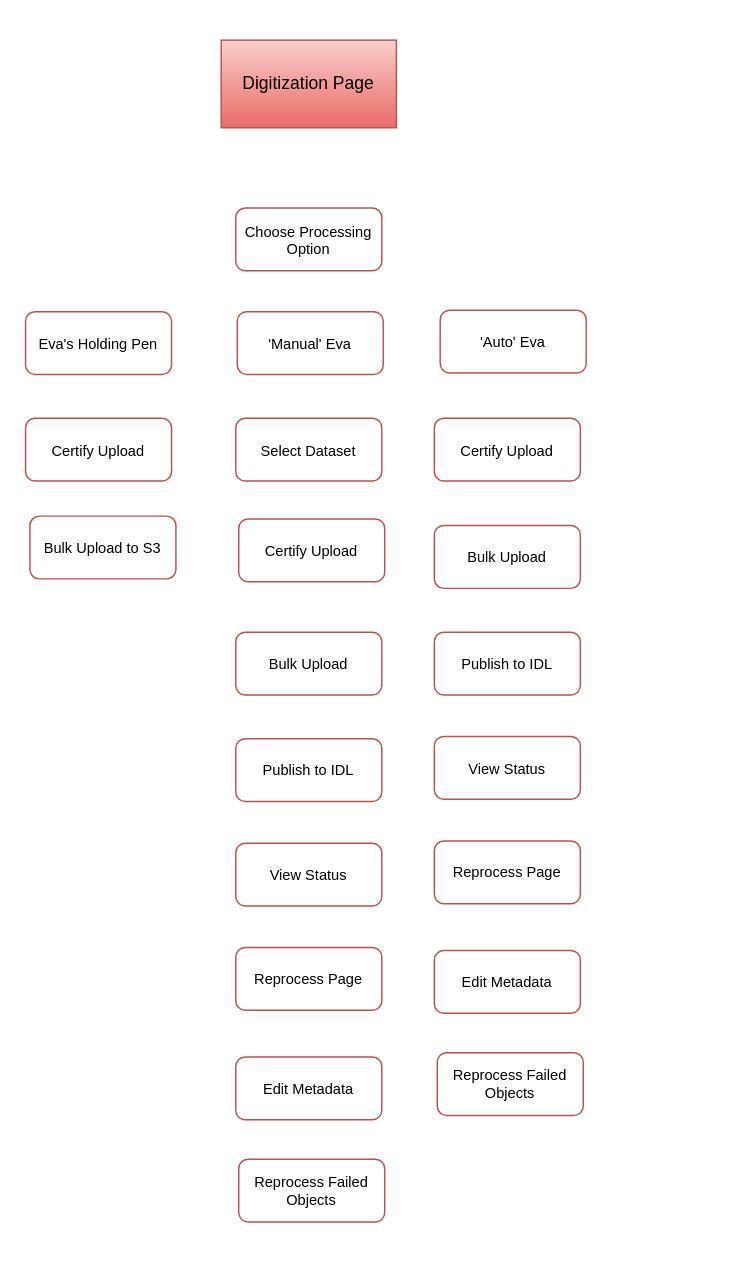
Earlier version of the draw.io diagram page "Page flow" (2 of 5) of Drawings/Eva/Digitization/Eva Digitization.drawio (flare891/rmslow). Source tidied: cells renumbered, new cells numbered last; positions are measured from the earlier drawing's top-left corner, leaving out a move shared by most shapes. Both pictures are drawn from the tidied source at 146%, with x=0, y=0 at pixel (25, 39).
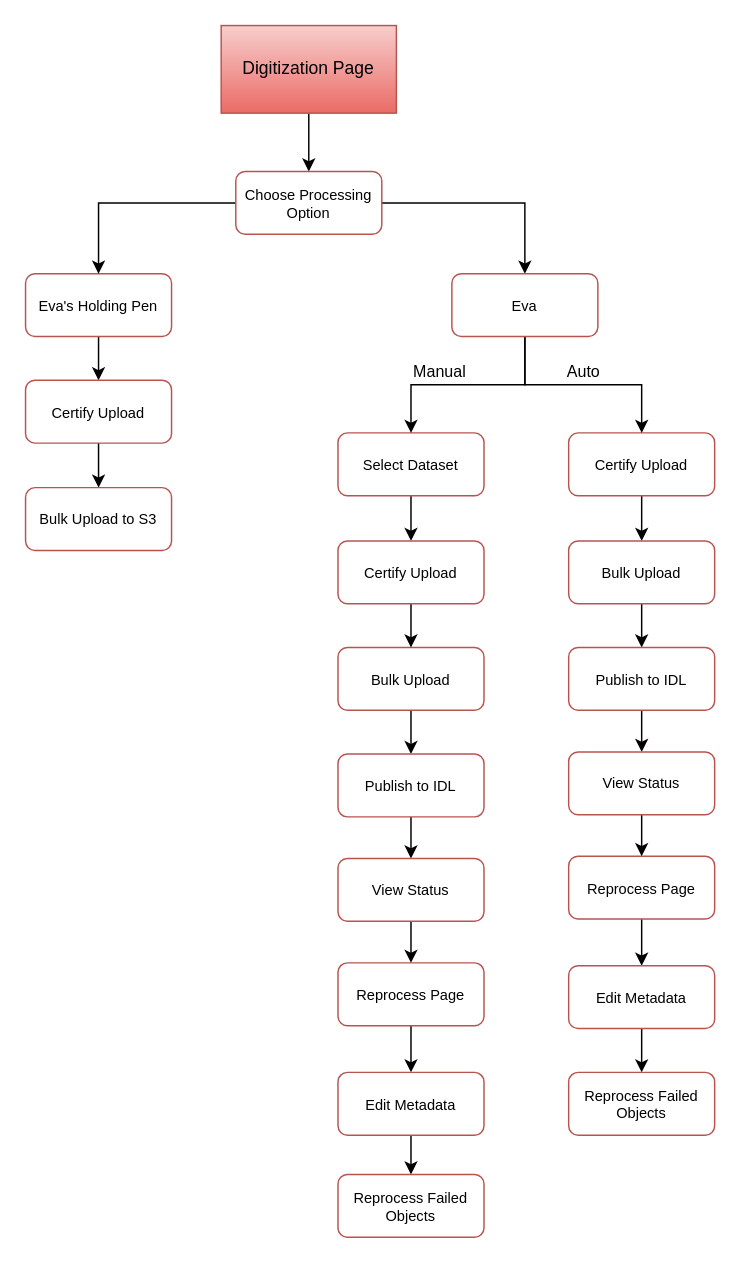
The same page after the edit.

What changed in the source:
```diff
@@
-    <mxCell id="2" value="'Manual' Eva" style="rounded=1;whiteSpace=wrap;html=1;strokeColor=#b85450;fontSize=10;fillColor=#FFFFFF;" parent="1" vertex="1">
-      <mxGeometry x="145" y="186" width="100" height="43" as="geometry" />
-    </mxCell>
+    <mxCell id="24" style="edgeStyle=orthogonalEdgeStyle;rounded=0;jettySize=auto;html=1;" parent="1" edge="1" source="3" target="4">
+      <mxGeometry relative="1" as="geometry" />
+    </mxCell>
     <mxCell id="3" value="Bulk Upload" style="rounded=1;whiteSpace=wrap;html=1;strokeColor=#b85450;fontSize=10;fillColor=#FFFFFF;" parent="1" vertex="1">
-      <mxGeometry x="144" y="405.5" width="100" height="43" as="geometry" />
+      <mxGeometry x="214" y="416" width="100" height="43" as="geometry" />
     </mxCell>
+    <mxCell id="25" style="edgeStyle=orthogonalEdgeStyle;rounded=0;jettySize=auto;html=1;entryX=0.5;entryY=0;entryDx=0;entryDy=0;" parent="1" edge="1" source="4" target="7">
+      <mxGeometry relative="1" as="geometry" />
+    </mxCell>
     <mxCell id="4" value="Publish to IDL" style="rounded=1;whiteSpace=wrap;html=1;strokeColor=#b85450;fontSize=10;fillColor=#FFFFFF;" parent="1" vertex="1">
-      <mxGeometry x="144" y="478.5" width="100" height="43" as="geometry" />
+      <mxGeometry x="214" y="489" width="100" height="43" as="geometry" />
     </mxCell>
+    <mxCell id="26" style="edgeStyle=orthogonalEdgeStyle;rounded=0;jettySize=auto;html=1;" parent="1" edge="1" source="5" target="9">
+      <mxGeometry relative="1" as="geometry" />
+    </mxCell>
     <mxCell id="5" value="Reprocess Page" style="rounded=1;whiteSpace=wrap;html=1;strokeColor=#b85450;fontSize=10;fillColor=#FFFFFF;" parent="1" vertex="1">
-      <mxGeometry x="144" y="621.5" width="100" height="43" as="geometry" />
+      <mxGeometry x="214" y="632" width="100" height="43" as="geometry" />
     </mxCell>
+    <mxCell id="27" style="edgeStyle=orthogonalEdgeStyle;rounded=0;jettySize=auto;html=1;exitX=0.5;exitY=1;exitDx=0;exitDy=0;entryX=0.5;entryY=0;entryDx=0;entryDy=0;" parent="1" edge="1" source="6" target="11">
+      <mxGeometry relative="1" as="geometry" />
+    </mxCell>
     <mxCell id="6" value="Digitization Page" style="rounded=0;whiteSpace=wrap;html=1;strokeColor=#b85450;gradientColor=#ea6b66;fillColor=#f8cecc;" parent="1" vertex="1">
-      <mxGeometry x="134" width="120" height="60" as="geometry" />
+      <mxGeometry x="134" y="-10" width="120" height="60" as="geometry" />
     </mxCell>
+    <mxCell id="28" style="edgeStyle=orthogonalEdgeStyle;rounded=0;jettySize=auto;html=1;" parent="1" edge="1" source="7" target="5">
+      <mxGeometry relative="1" as="geometry" />
+    </mxCell>
     <mxCell id="7" value="View Status" style="rounded=1;whiteSpace=wrap;html=1;strokeColor=#b85450;fontSize=10;fillColor=#FFFFFF;" parent="1" vertex="1">
-      <mxGeometry x="144" y="550" width="100" height="43" as="geometry" />
+      <mxGeometry x="214" y="560.5" width="100" height="43" as="geometry" />
     </mxCell>
+    <mxCell id="29" style="edgeStyle=orthogonalEdgeStyle;rounded=0;jettySize=auto;html=1;" parent="1" edge="1" source="8" target="20">
+      <mxGeometry relative="1" as="geometry" />
+    </mxCell>
     <mxCell id="8" value="Eva's Holding Pen" style="rounded=1;whiteSpace=wrap;html=1;strokeColor=#b85450;fontSize=10;fillColor=#FFFFFF;" parent="1" vertex="1">
-      <mxGeometry y="186" width="100" height="43" as="geometry" />
+      <mxGeometry y="160" width="100" height="43" as="geometry" />
     </mxCell>
+    <mxCell id="30" style="edgeStyle=orthogonalEdgeStyle;rounded=0;jettySize=auto;html=1;entryX=0.5;entryY=0;entryDx=0;entryDy=0;" parent="1" edge="1" source="9" target="10">
+      <mxGeometry relative="1" as="geometry" />
+    </mxCell>
     <mxCell id="9" value="Edit Metadata" style="rounded=1;whiteSpace=wrap;html=1;strokeColor=#b85450;fontSize=10;fillColor=#FFFFFF;" parent="1" vertex="1">
-      <mxGeometry x="144" y="696.5" width="100" height="43" as="geometry" />
+      <mxGeometry x="214" y="707" width="100" height="43" as="geometry" />
     </mxCell>
     <mxCell id="10" value="Reprocess Failed Objects" style="rounded=1;whiteSpace=wrap;html=1;strokeColor=#b85450;fontSize=10;fillColor=#FFFFFF;" parent="1" vertex="1">
-      <mxGeometry x="146" y="766.5" width="100" height="43" as="geometry" />
+      <mxGeometry x="214" y="777" width="100" height="43" as="geometry" />
     </mxCell>
+    <mxCell id="31" style="edgeStyle=orthogonalEdgeStyle;rounded=0;jettySize=auto;html=1;" parent="1" edge="1" source="11" target="8">
+      <mxGeometry relative="1" as="geometry" />
+    </mxCell>
+    <mxCell id="32" style="edgeStyle=orthogonalEdgeStyle;rounded=0;jettySize=auto;html=1;" parent="1" edge="1" source="11" target="44">
+      <mxGeometry relative="1" as="geometry" />
+    </mxCell>
     <mxCell id="11" value="Choose Processing Option" style="rounded=1;whiteSpace=wrap;html=1;strokeColor=#b85450;fontSize=10;fillColor=#FFFFFF;" parent="1" vertex="1">
-      <mxGeometry x="144" y="115" width="100" height="43" as="geometry" />
+      <mxGeometry x="144" y="90" width="100" height="43" as="geometry" />
     </mxCell>
+    <mxCell id="33" style="edgeStyle=orthogonalEdgeStyle;rounded=0;jettySize=auto;html=1;exitX=0.5;exitY=1;exitDx=0;exitDy=0;entryX=0.5;entryY=0;entryDx=0;entryDy=0;" parent="1" edge="1" source="12" target="14">
+      <mxGeometry relative="1" as="geometry" />
+    </mxCell>
-    <mxCell id="12" value="'Auto' Eva" style="rounded=1;whiteSpace=wrap;html=1;strokeColor=#b85450;fontSize=10;fillColor=#FFFFFF;" parent="1" vertex="1">
-      <mxGeometry x="284" y="185" width="100" height="43" as="geometry" />
+    <mxCell id="12" value="Certify Upload" style="rounded=1;whiteSpace=wrap;html=1;strokeColor=#b85450;fontSize=10;fillColor=#FFFFFF;" parent="1" vertex="1">
+      <mxGeometry x="372" y="269" width="100" height="43" as="geometry" />
     </mxCell>
+    <mxCell id="34" style="edgeStyle=orthogonalEdgeStyle;rounded=0;jettySize=auto;html=1;entryX=0.5;entryY=0;entryDx=0;entryDy=0;" parent="1" edge="1" source="13" target="21">
+      <mxGeometry relative="1" as="geometry" />
+    </mxCell>
     <mxCell id="13" value="Select Dataset" style="rounded=1;whiteSpace=wrap;html=1;strokeColor=#b85450;fontSize=10;fillColor=#FFFFFF;" parent="1" vertex="1">
-      <mxGeometry x="144" y="259" width="100" height="43" as="geometry" />
+      <mxGeometry x="214" y="269" width="100" height="43" as="geometry" />
     </mxCell>
+    <mxCell id="35" style="edgeStyle=orthogonalEdgeStyle;rounded=0;jettySize=auto;html=1;exitX=0.5;exitY=1;exitDx=0;exitDy=0;" parent="1" edge="1" source="14" target="15">
+      <mxGeometry relative="1" as="geometry" />
+    </mxCell>
     <mxCell id="14" value="Bulk Upload" style="rounded=1;whiteSpace=wrap;html=1;strokeColor=#b85450;fontSize=10;fillColor=#FFFFFF;" parent="1" vertex="1">
-      <mxGeometry x="280" y="332.5" width="100" height="43" as="geometry" />
+      <mxGeometry x="372" y="343" width="100" height="43" as="geometry" />
     </mxCell>
+    <mxCell id="36" style="edgeStyle=orthogonalEdgeStyle;rounded=0;jettySize=auto;html=1;" parent="1" edge="1" source="15" target="17">
+      <mxGeometry relative="1" as="geometry" />
+    </mxCell>
     <mxCell id="15" value="Publish to IDL" style="rounded=1;whiteSpace=wrap;html=1;strokeColor=#b85450;fontSize=10;fillColor=#FFFFFF;" parent="1" vertex="1">
-      <mxGeometry x="280" y="405.5" width="100" height="43" as="geometry" />
+      <mxGeometry x="372" y="416" width="100" height="43" as="geometry" />
     </mxCell>
+    <mxCell id="37" style="edgeStyle=orthogonalEdgeStyle;rounded=0;jettySize=auto;html=1;exitX=0.5;exitY=1;exitDx=0;exitDy=0;entryX=0.5;entryY=0;entryDx=0;entryDy=0;" parent="1" edge="1" source="16" target="18">
+      <mxGeometry relative="1" as="geometry" />
+    </mxCell>
     <mxCell id="16" value="Reprocess Page" style="rounded=1;whiteSpace=wrap;html=1;strokeColor=#b85450;fontSize=10;fillColor=#FFFFFF;" parent="1" vertex="1">
-      <mxGeometry x="280" y="548.5" width="100" height="43" as="geometry" />
+      <mxGeometry x="372" y="559" width="100" height="43" as="geometry" />
     </mxCell>
+    <mxCell id="38" style="edgeStyle=orthogonalEdgeStyle;rounded=0;jettySize=auto;html=1;exitX=0.5;exitY=1;exitDx=0;exitDy=0;entryX=0.5;entryY=0;entryDx=0;entryDy=0;" parent="1" edge="1" source="17" target="16">
+      <mxGeometry relative="1" as="geometry" />
+    </mxCell>
     <mxCell id="17" value="View Status" style="rounded=1;whiteSpace=wrap;html=1;strokeColor=#b85450;fontSize=10;fillColor=#FFFFFF;" parent="1" vertex="1">
-      <mxGeometry x="280" y="477" width="100" height="43" as="geometry" />
+      <mxGeometry x="372" y="487.5" width="100" height="43" as="geometry" />
     </mxCell>
+    <mxCell id="39" style="edgeStyle=orthogonalEdgeStyle;rounded=0;jettySize=auto;html=1;exitX=0.5;exitY=1;exitDx=0;exitDy=0;" parent="1" edge="1" source="18" target="19">
+      <mxGeometry relative="1" as="geometry" />
+    </mxCell>
     <mxCell id="18" value="Edit Metadata" style="rounded=1;whiteSpace=wrap;html=1;strokeColor=#b85450;fontSize=10;fillColor=#FFFFFF;" parent="1" vertex="1">
-      <mxGeometry x="280" y="623.5" width="100" height="43" as="geometry" />
+      <mxGeometry x="372" y="634" width="100" height="43" as="geometry" />
     </mxCell>
     <mxCell id="19" value="Reprocess Failed Objects" style="rounded=1;whiteSpace=wrap;html=1;strokeColor=#b85450;fontSize=10;fillColor=#FFFFFF;" parent="1" vertex="1">
-      <mxGeometry x="282" y="693.5" width="100" height="43" as="geometry" />
+      <mxGeometry x="372" y="707" width="100" height="43" as="geometry" />
     </mxCell>
+    <mxCell id="40" style="edgeStyle=orthogonalEdgeStyle;rounded=0;jettySize=auto;html=1;" parent="1" edge="1" source="20" target="23">
+      <mxGeometry relative="1" as="geometry" />
+    </mxCell>
     <mxCell id="20" value="Certify Upload" style="rounded=1;whiteSpace=wrap;html=1;strokeColor=#b85450;fontSize=10;fillColor=#FFFFFF;" parent="1" vertex="1">
-      <mxGeometry y="259" width="100" height="43" as="geometry" />
+      <mxGeometry y="233" width="100" height="43" as="geometry" />
     </mxCell>
+    <mxCell id="41" style="edgeStyle=orthogonalEdgeStyle;rounded=0;jettySize=auto;html=1;entryX=0.5;entryY=0;entryDx=0;entryDy=0;" parent="1" edge="1" source="21" target="3">
+      <mxGeometry relative="1" as="geometry" />
+    </mxCell>
     <mxCell id="21" value="Certify Upload" style="rounded=1;whiteSpace=wrap;html=1;strokeColor=#b85450;fontSize=10;fillColor=#FFFFFF;" parent="1" vertex="1">
-      <mxGeometry x="146" y="328" width="100" height="43" as="geometry" />
+      <mxGeometry x="214" y="343" width="100" height="43" as="geometry" />
     </mxCell>
-    <mxCell id="22" value="Certify Upload" style="rounded=1;whiteSpace=wrap;html=1;strokeColor=#b85450;fontSize=10;fillColor=#FFFFFF;" parent="1" vertex="1">
-      <mxGeometry x="280" y="259" width="100" height="43" as="geometry" />
-    </mxCell>
     <mxCell id="23" value="Bulk Upload to S3" style="rounded=1;whiteSpace=wrap;html=1;strokeColor=#b85450;fontSize=10;fillColor=#FFFFFF;" parent="1" vertex="1">
-      <mxGeometry x="3" y="326" width="100" height="43" as="geometry" />
+      <mxGeometry y="306.5" width="100" height="43" as="geometry" />
     </mxCell>
+    <mxCell id="42" value="Manual" style="edgeStyle=orthogonalEdgeStyle;rounded=0;jettySize=auto;html=1;verticalAlign=bottom;horizontal=1;labelPosition=left;verticalLabelPosition=top;align=right;" parent="1" edge="1" source="44" target="13">
+      <mxGeometry relative="1" as="geometry" />
+    </mxCell>
+    <mxCell id="43" value="Auto" style="edgeStyle=orthogonalEdgeStyle;rounded=0;jettySize=auto;html=1;labelPosition=center;verticalLabelPosition=top;align=center;verticalAlign=bottom;" parent="1" edge="1" source="44" target="12">
+      <mxGeometry relative="1" as="geometry" />
+    </mxCell>
+    <mxCell id="44" value="Eva" style="rounded=1;whiteSpace=wrap;html=1;strokeColor=#b85450;fontSize=10;fillColor=#FFFFFF;" parent="1" vertex="1">
+      <mxGeometry x="292" y="160" width="100" height="43" as="geometry" />
+    </mxCell>
```
